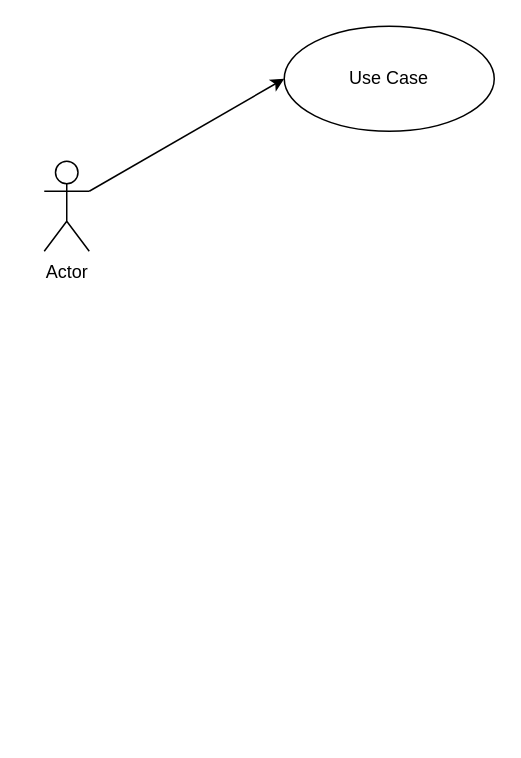
Earlier version of the draw.io diagram page "usecase" (1 of 2) of eHR_retirePay.drawio (soedad/design). Source tidied: cells renumbered, new cells numbered last; positions are measured from the earlier drawing's top-left corner, leaving out a move shared by most shapes. Both pictures are drawn from the tidied source at 150%, with x=0, y=0 at pixel (44, 26).
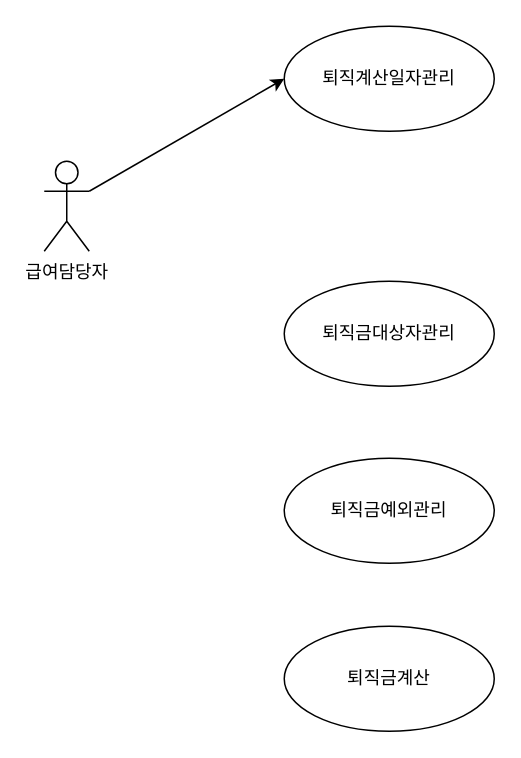
The same diagram, later.

Diff of the diagram source:
```diff
@@
 <mxGraphModel>
   <root>
     <mxCell id="0" />
     <mxCell id="1" parent="0" />
     <mxCell id="2" style="rounded=0;jettySize=auto;html=1;exitX=1;exitY=0.3333333333333333;exitDx=0;exitDy=0;exitPerimeter=0;entryX=0;entryY=0.5;entryDx=0;entryDy=0;" parent="1" edge="1" source="3" target="4">
       <mxGeometry relative="1" as="geometry" />
     </mxCell>
-    <mxCell id="3" value="Actor" style="shape=umlActor;verticalLabelPosition=bottom;labelBackgroundColor=#ffffff;verticalAlign=top;html=1;" parent="1" vertex="1">
+    <mxCell id="3" value="급여담당자" style="shape=umlActor;verticalLabelPosition=bottom;labelBackgroundColor=#ffffff;verticalAlign=top;html=1;" parent="1" vertex="1">
       <mxGeometry y="90" width="30" height="60" as="geometry" />
     </mxCell>
-    <mxCell id="4" value="Use Case" style="ellipse;whiteSpace=wrap;html=1;" parent="1" vertex="1">
+    <mxCell id="4" value="퇴직계산일자관리" style="ellipse;whiteSpace=wrap;html=1;" parent="1" vertex="1">
       <mxGeometry x="160" width="140" height="70" as="geometry" />
     </mxCell>
+    <mxCell id="5" value="퇴직금대상자관리" style="ellipse;whiteSpace=wrap;html=1;" parent="1" vertex="1">
+      <mxGeometry x="160" y="170" width="140" height="70" as="geometry" />
+    </mxCell>
+    <mxCell id="6" value="퇴직금예외관리" style="ellipse;whiteSpace=wrap;html=1;" parent="1" vertex="1">
+      <mxGeometry x="160" y="288" width="140" height="70" as="geometry" />
+    </mxCell>
+    <mxCell id="7" value="퇴직금계산" style="ellipse;whiteSpace=wrap;html=1;" parent="1" vertex="1">
+      <mxGeometry x="160" y="400" width="140" height="70" as="geometry" />
+    </mxCell>
   </root>
 </mxGraphModel>
```
